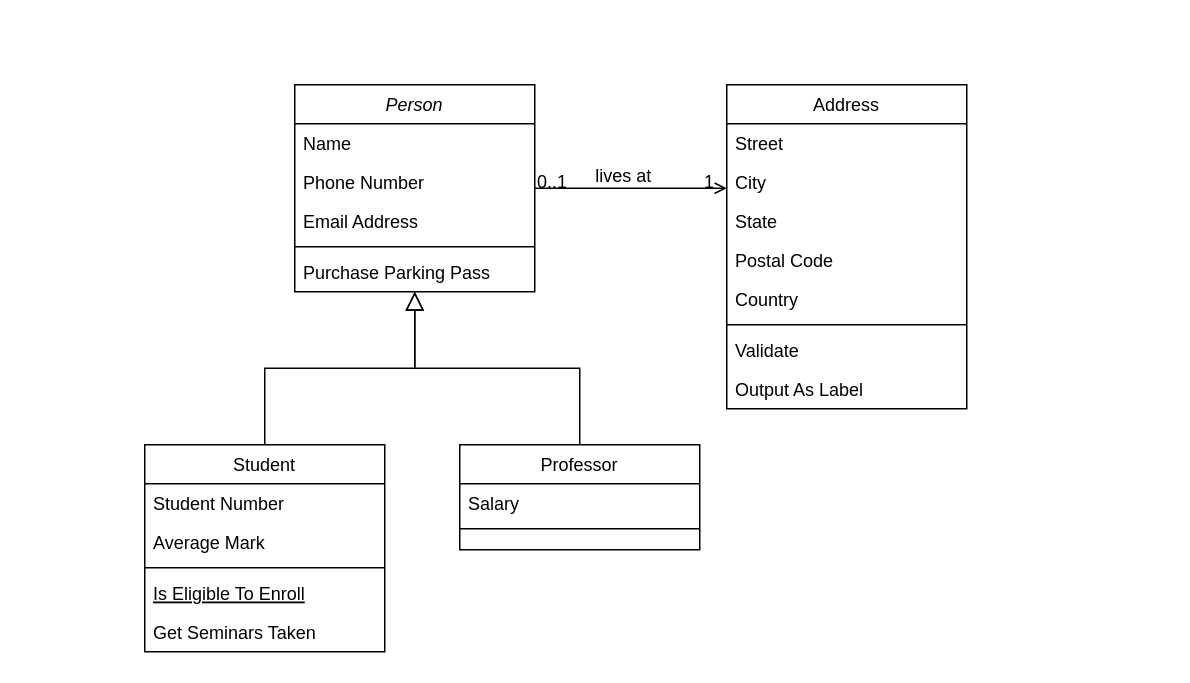
The draw.io diagram src/liftt-barber.drawio in RaimisonMorais/liftt-barber, before the edit. Source tidied: cells renumbered, new cells numbered last; positions are measured from the earlier drawing's top-left corner, leaving out a move shared by most shapes. Both pictures are drawn from the tidied source at 150%, with x=0, y=0 at pixel (144, 84).
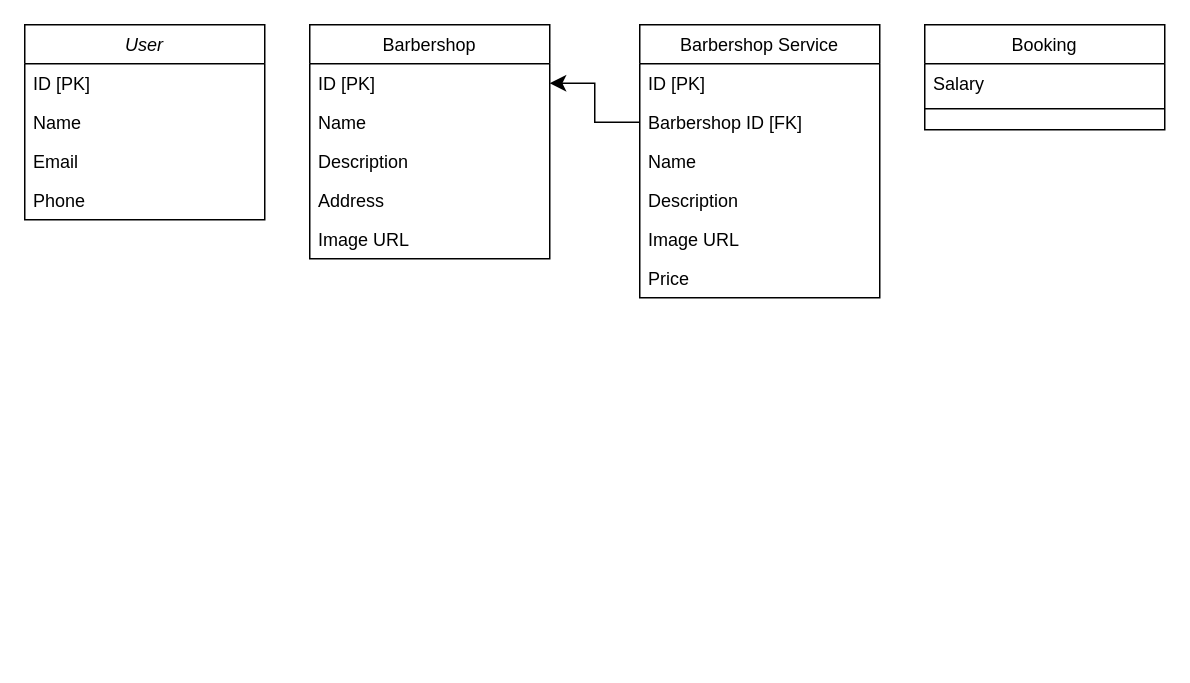
The same diagram, later.

Diff of the diagram source:
```diff
@@
-    <mxCell id="2" value="Person" style="swimlane;fontStyle=2;align=center;verticalAlign=top;horizontal=1;startSize=26;rounded=0;shadow=0;strokeWidth=1;" parent="1" vertex="1">
-      <mxGeometry x="100" width="160" height="138" as="geometry" />
+    <mxCell id="2" value="User" style="swimlane;fontStyle=2;align=center;verticalAlign=top;horizontal=1;startSize=26;rounded=0;shadow=0;strokeWidth=1;" parent="1" vertex="1">
+      <mxGeometry x="-80" y="-40" width="160" height="130" as="geometry" />
     </mxCell>
+    <mxCell id="32" value="ID [PK]" style="text;align=left;verticalAlign=top;spacingLeft=4;spacingRight=4;overflow=hidden;" parent="2" vertex="1">
+      <mxGeometry y="26" width="160" height="26" as="geometry" />
+    </mxCell>
     <mxCell id="3" value="Name" style="text;align=left;verticalAlign=top;spacingLeft=4;spacingRight=4;overflow=hidden;" parent="2" vertex="1">
-      <mxGeometry y="26" width="160" height="26" as="geometry" />
+      <mxGeometry y="52" width="160" height="26" as="geometry" />
     </mxCell>
+    <mxCell id="5" value="Email" style="text;align=left;verticalAlign=top;spacingLeft=4;spacingRight=4;overflow=hidden;rounded=0;shadow=0;html=0;" parent="2" vertex="1">
+      <mxGeometry y="78" width="160" height="26" as="geometry" />
+    </mxCell>
-    <mxCell id="4" value="Phone Number" style="text;align=left;verticalAlign=top;spacingLeft=4;spacingRight=4;overflow=hidden;rounded=0;shadow=0;html=0;" parent="2" vertex="1">
-      <mxGeometry y="52" width="160" height="26" as="geometry" />
+    <mxCell id="4" value="Phone" style="text;align=left;verticalAlign=top;spacingLeft=4;spacingRight=4;overflow=hidden;rounded=0;shadow=0;html=0;" parent="2" vertex="1">
+      <mxGeometry y="104" width="160" height="26" as="geometry" />
     </mxCell>
-    <mxCell id="5" value="Email Address" style="text;align=left;verticalAlign=top;spacingLeft=4;spacingRight=4;overflow=hidden;rounded=0;shadow=0;html=0;" parent="2" vertex="1">
-      <mxGeometry y="78" width="160" height="26" as="geometry" />
-    </mxCell>
-    <mxCell id="6" style="line;html=1;strokeWidth=1;align=left;verticalAlign=middle;spacingTop=-1;spacingLeft=3;spacingRight=3;labelPosition=right;" parent="2" vertex="1">
-      <mxGeometry y="104" width="160" height="8" as="geometry" />
-    </mxCell>
-    <mxCell id="7" value="Purchase Parking Pass" style="text;align=left;verticalAlign=top;spacingLeft=4;spacingRight=4;overflow=hidden;" parent="2" vertex="1">
-      <mxGeometry y="112" width="160" height="26" as="geometry" />
-    </mxCell>
-    <mxCell id="8" value="Student" style="swimlane;fontStyle=0;align=center;verticalAlign=top;horizontal=1;startSize=26;rounded=0;shadow=0;strokeWidth=1;" parent="1" vertex="1">
-      <mxGeometry y="240" width="160" height="138" as="geometry" />
+    <mxCell id="8" value="Barbershop" style="swimlane;fontStyle=0;align=center;verticalAlign=top;horizontal=1;startSize=26;rounded=0;shadow=0;strokeWidth=1;" parent="1" vertex="1">
+      <mxGeometry x="110" y="-40" width="160" height="156" as="geometry" />
     </mxCell>
-    <mxCell id="9" value="Student Number" style="text;align=left;verticalAlign=top;spacingLeft=4;spacingRight=4;overflow=hidden;points=[[0,0.5],[1,0.5]];portConstraint=eastwest;" parent="8" vertex="1">
+    <mxCell id="9" value="ID [PK]" style="text;align=left;verticalAlign=top;spacingLeft=4;spacingRight=4;overflow=hidden;points=[[0,0.5],[1,0.5]];portConstraint=eastwest;" parent="8" vertex="1">
       <mxGeometry y="26" width="160" height="26" as="geometry" />
     </mxCell>
-    <mxCell id="10" value="Average Mark" style="text;align=left;verticalAlign=top;spacingLeft=4;spacingRight=4;overflow=hidden;rounded=0;shadow=0;html=0;" parent="8" vertex="1">
+    <mxCell id="10" value="Name" style="text;align=left;verticalAlign=top;spacingLeft=4;spacingRight=4;overflow=hidden;rounded=0;shadow=0;html=0;" parent="8" vertex="1">
       <mxGeometry y="52" width="160" height="26" as="geometry" />
     </mxCell>
-    <mxCell id="11" style="line;html=1;strokeWidth=1;align=left;verticalAlign=middle;spacingTop=-1;spacingLeft=3;spacingRight=3;labelPosition=right;" parent="8" vertex="1">
-      <mxGeometry y="78" width="160" height="8" as="geometry" />
-    </mxCell>
-    <mxCell id="12" value="Is Eligible To Enroll" style="text;align=left;verticalAlign=top;spacingLeft=4;spacingRight=4;overflow=hidden;fontStyle=4;" parent="8" vertex="1">
-      <mxGeometry y="86" width="160" height="26" as="geometry" />
+    <mxCell id="12" value="Description" style="text;align=left;verticalAlign=top;spacingLeft=4;spacingRight=4;overflow=hidden;fontStyle=0;" parent="8" vertex="1">
+      <mxGeometry y="78" width="160" height="26" as="geometry" />
     </mxCell>
-    <mxCell id="13" value="Get Seminars Taken" style="text;align=left;verticalAlign=top;spacingLeft=4;spacingRight=4;overflow=hidden;" parent="8" vertex="1">
-      <mxGeometry y="112" width="160" height="26" as="geometry" />
+    <mxCell id="13" value="Address" style="text;align=left;verticalAlign=top;spacingLeft=4;spacingRight=4;overflow=hidden;" parent="8" vertex="1">
+      <mxGeometry y="104" width="160" height="26" as="geometry" />
     </mxCell>
-    <mxCell id="14" style="endArrow=block;endSize=10;endFill=0;shadow=0;strokeWidth=1;rounded=0;curved=0;edgeStyle=elbowEdgeStyle;elbow=vertical;" parent="1" edge="1" source="8" target="2">
-      <mxGeometry relative="1" as="geometry" />
-    </mxCell>
+    <mxCell id="33" value="Image URL" style="text;align=left;verticalAlign=top;spacingLeft=4;spacingRight=4;overflow=hidden;" parent="8" vertex="1">
+      <mxGeometry y="130" width="160" height="26" as="geometry" />
+    </mxCell>
-    <mxCell id="15" value="Professor" style="swimlane;fontStyle=0;align=center;verticalAlign=top;horizontal=1;startSize=26;rounded=0;shadow=0;strokeWidth=1;" parent="1" vertex="1">
-      <mxGeometry x="210" y="240" width="160" height="70" as="geometry" />
+    <mxCell id="15" value="Booking" style="swimlane;fontStyle=0;align=center;verticalAlign=top;horizontal=1;startSize=26;rounded=0;shadow=0;strokeWidth=1;" parent="1" vertex="1">
+      <mxGeometry x="520" y="-40" width="160" height="70" as="geometry" />
     </mxCell>
@@
-    <mxCell id="18" style="endArrow=block;endSize=10;endFill=0;shadow=0;strokeWidth=1;rounded=0;curved=0;edgeStyle=elbowEdgeStyle;elbow=vertical;" parent="1" edge="1" source="15" target="2">
-      <mxGeometry relative="1" as="geometry" />
-    </mxCell>
-    <mxCell id="19" value="Address" style="swimlane;fontStyle=0;align=center;verticalAlign=top;horizontal=1;startSize=26;rounded=0;shadow=0;strokeWidth=1;" parent="1" vertex="1">
-      <mxGeometry x="388" width="160" height="216" as="geometry" />
+    <mxCell id="19" value="Barbershop Service" style="swimlane;fontStyle=0;align=center;verticalAlign=top;horizontal=1;startSize=26;rounded=0;shadow=0;strokeWidth=1;" parent="1" vertex="1">
+      <mxGeometry x="330" y="-40" width="160" height="182" as="geometry" />
     </mxCell>
+    <mxCell id="21" value="ID [PK]" style="text;align=left;verticalAlign=top;spacingLeft=4;spacingRight=4;overflow=hidden;rounded=0;shadow=0;html=0;" parent="19" vertex="1">
+      <mxGeometry y="26" width="160" height="26" as="geometry" />
+    </mxCell>
-    <mxCell id="20" value="Street" style="text;align=left;verticalAlign=top;spacingLeft=4;spacingRight=4;overflow=hidden;points=[[0,0.5],[1,0.5]];portConstraint=eastwest;" parent="19" vertex="1">
-      <mxGeometry y="26" width="160" height="26" as="geometry" />
+    <mxCell id="20" value="Barbershop ID [FK]" style="text;align=left;verticalAlign=top;spacingLeft=4;spacingRight=4;overflow=hidden;points=[[0,0.5],[1,0.5]];portConstraint=eastwest;" parent="19" vertex="1">
+      <mxGeometry y="52" width="160" height="26" as="geometry" />
     </mxCell>
-    <mxCell id="21" value="City" style="text;align=left;verticalAlign=top;spacingLeft=4;spacingRight=4;overflow=hidden;rounded=0;shadow=0;html=0;" parent="19" vertex="1">
-      <mxGeometry y="52" width="160" height="26" as="geometry" />
-    </mxCell>
-    <mxCell id="22" value="State" style="text;align=left;verticalAlign=top;spacingLeft=4;spacingRight=4;overflow=hidden;rounded=0;shadow=0;html=0;" parent="19" vertex="1">
+    <mxCell id="22" value="Name" style="text;align=left;verticalAlign=top;spacingLeft=4;spacingRight=4;overflow=hidden;rounded=0;shadow=0;html=0;" parent="19" vertex="1">
       <mxGeometry y="78" width="160" height="26" as="geometry" />
     </mxCell>
-    <mxCell id="23" value="Postal Code" style="text;align=left;verticalAlign=top;spacingLeft=4;spacingRight=4;overflow=hidden;rounded=0;shadow=0;html=0;" parent="19" vertex="1">
+    <mxCell id="23" value="Description" style="text;align=left;verticalAlign=top;spacingLeft=4;spacingRight=4;overflow=hidden;rounded=0;shadow=0;html=0;" parent="19" vertex="1">
       <mxGeometry y="104" width="160" height="26" as="geometry" />
     </mxCell>
-    <mxCell id="24" value="Country" style="text;align=left;verticalAlign=top;spacingLeft=4;spacingRight=4;overflow=hidden;rounded=0;shadow=0;html=0;" parent="19" vertex="1">
+    <mxCell id="24" value="Image URL" style="text;align=left;verticalAlign=top;spacingLeft=4;spacingRight=4;overflow=hidden;rounded=0;shadow=0;html=0;" parent="19" vertex="1">
       <mxGeometry y="130" width="160" height="26" as="geometry" />
     </mxCell>
-    <mxCell id="25" style="line;html=1;strokeWidth=1;align=left;verticalAlign=middle;spacingTop=-1;spacingLeft=3;spacingRight=3;labelPosition=right;" parent="19" vertex="1">
-      <mxGeometry y="156" width="160" height="8" as="geometry" />
-    </mxCell>
-    <mxCell id="26" value="Validate" style="text;align=left;verticalAlign=top;spacingLeft=4;spacingRight=4;overflow=hidden;" parent="19" vertex="1">
-      <mxGeometry y="164" width="160" height="26" as="geometry" />
+    <mxCell id="26" value="Price" style="text;align=left;verticalAlign=top;spacingLeft=4;spacingRight=4;overflow=hidden;" parent="19" vertex="1">
+      <mxGeometry y="156" width="160" height="26" as="geometry" />
     </mxCell>
-    <mxCell id="27" value="Output As Label" style="text;align=left;verticalAlign=top;spacingLeft=4;spacingRight=4;overflow=hidden;" parent="19" vertex="1">
-      <mxGeometry y="190" width="160" height="26" as="geometry" />
-    </mxCell>
-    <mxCell id="28" style="endArrow=open;shadow=0;strokeWidth=1;rounded=0;curved=0;endFill=1;edgeStyle=elbowEdgeStyle;elbow=vertical;" parent="1" edge="1" source="2" target="19">
-      <mxGeometry x="0.5" y="41" relative="1" as="geometry">
-        <mxPoint x="-40" y="32" as="offset" />
-      </mxGeometry>
-    </mxCell>
-    <mxCell id="29" value="0..1" style="align=left;verticalAlign=bottom;labelBackgroundColor=none;fontSize=12;" parent="28" vertex="1">
-      <mxGeometry x="-1" relative="1" as="geometry">
-        <mxPoint y="4" as="offset" />
-      </mxGeometry>
-    </mxCell>
-    <mxCell id="30" value="1" style="align=right;verticalAlign=bottom;labelBackgroundColor=none;fontSize=12;" parent="28" vertex="1">
-      <mxGeometry x="1" relative="1" as="geometry">
-        <mxPoint x="-7" y="4" as="offset" />
-      </mxGeometry>
-    </mxCell>
-    <mxCell id="31" value="lives at" style="text;html=1;align=center;verticalAlign=middle;labelBackgroundColor=none;rounded=0;shadow=0;strokeWidth=1;fontSize=12;" parent="28" vertex="1">
-      <mxGeometry x="0.5" y="49" relative="1" as="geometry">
-        <mxPoint x="-38" y="40" as="offset" />
-      </mxGeometry>
-    </mxCell>
+    <mxCell id="34" style="edgeStyle=none;curved=0;rounded=0;jettySize=auto;html=1;fontSize=12;startSize=8;endSize=8;flowAnimation=1;shadow=0;exitX=0;exitY=0.5;exitDx=0;exitDy=0;strokeColor=default;" parent="1" edge="1" source="20" target="9">
+      <mxGeometry relative="1" as="geometry">
+        <Array as="points">
+          <mxPoint x="300" y="25" />
+          <mxPoint x="300" y="-1" />
+        </Array>
+      </mxGeometry>
+    </mxCell>
```
